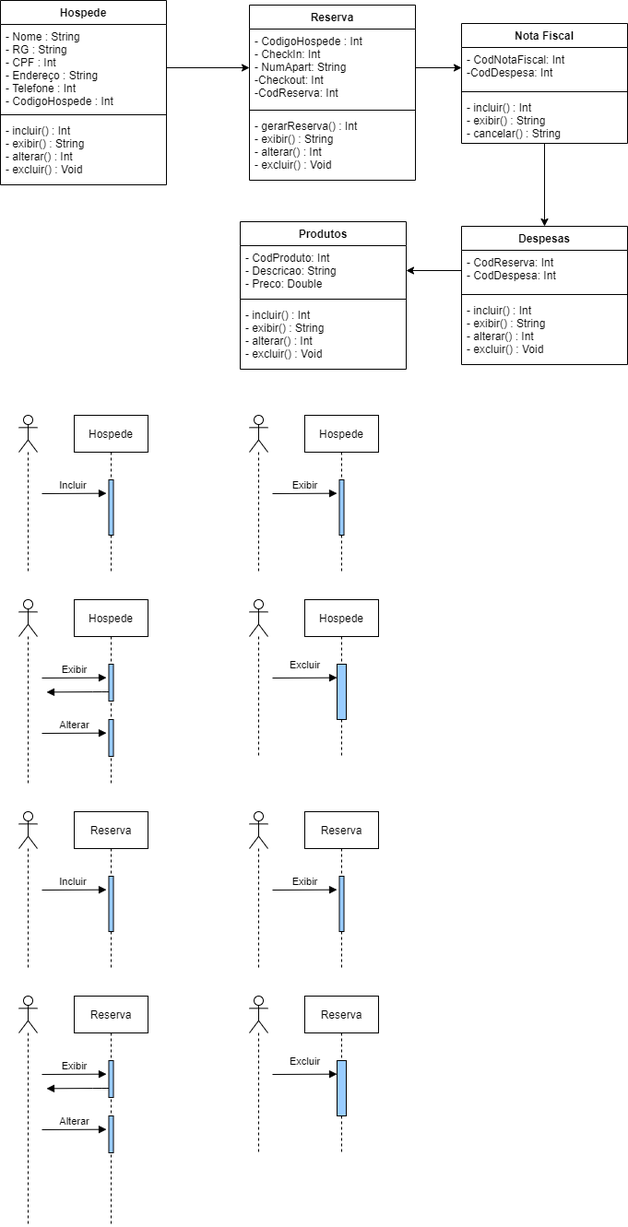
The draw.io diagram Sequencia e Colab.png in leitoraincomum/engsofII, before a commit. Source tidied: cells renumbered, new cells last; positions are measured from the earlier drawing's top-left corner, leaving out a move shared by most shapes.
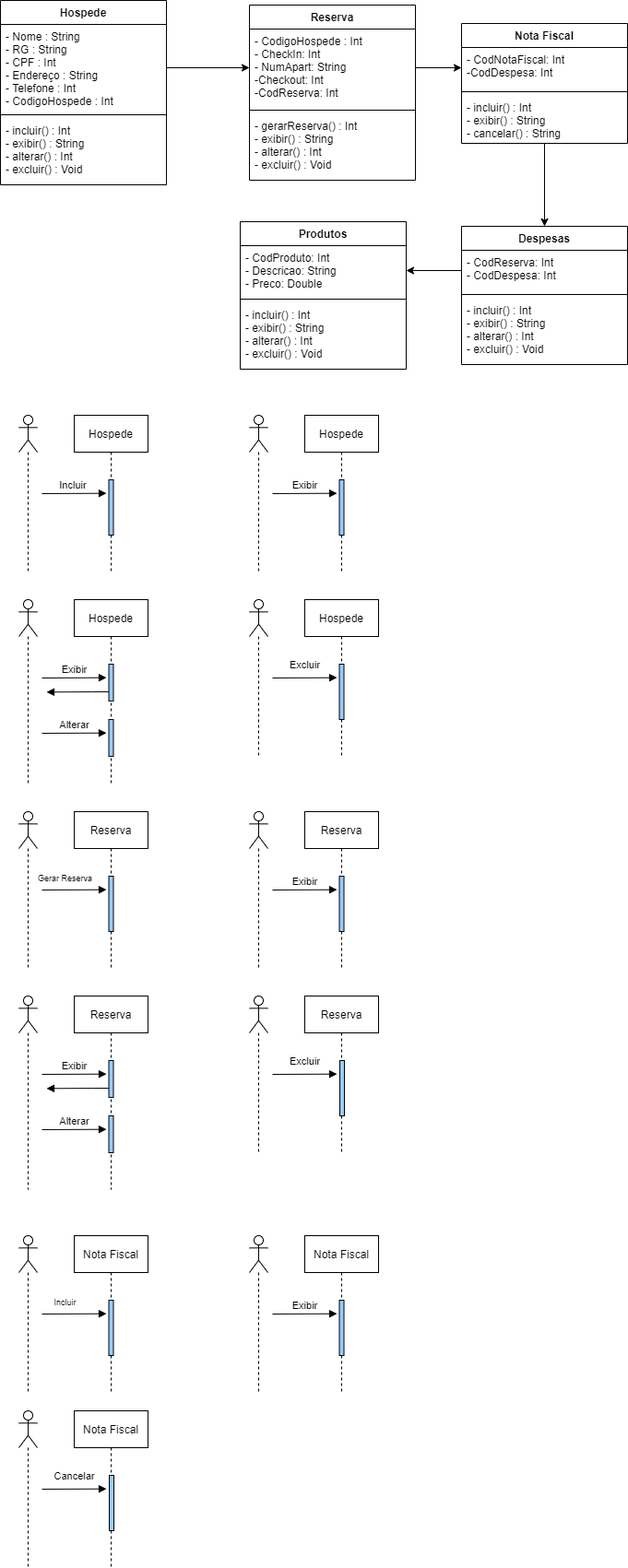
After the change.

Change to the diagram source:
```diff
@@ -132,7 +132,7 @@
       <mxGeometry x="330" y="650" width="80" height="170" as="geometry" />
     </mxCell>
     <mxCell id="41" style="html=1;perimeter=orthogonalPerimeter;align=center;fillColor=#99CCFF;" parent="40" vertex="1">
-      <mxGeometry x="35" y="70" width="10" height="60" as="geometry" />
+      <mxGeometry x="37.5" y="70" width="5" height="60" as="geometry" />
     </mxCell>
     <mxCell id="42" style="shape=umlLifeline;participant=umlActor;perimeter=lifelinePerimeter;whiteSpace=wrap;html=1;verticalAlign=top;spacingTop=36;align=center;" parent="1" vertex="1">
       <mxGeometry x="270" y="650" width="20" height="170" as="geometry" />
@@ -168,14 +168,14 @@
     <mxCell id="48" style="shape=umlLifeline;participant=umlActor;perimeter=lifelinePerimeter;whiteSpace=wrap;html=1;verticalAlign=top;spacingTop=36;align=center;" parent="1" vertex="1">
       <mxGeometry x="20" y="880" width="20" height="170" as="geometry" />
     </mxCell>
-    <mxCell id="49" value="Incluir&amp;nbsp;" style="html=1;verticalAlign=bottom;endArrow=block;" parent="1" edge="1">
-      <mxGeometry relative="1" as="geometry">
+    <mxCell id="49" value="Gerar Reserva" style="html=1;verticalAlign=bottom;endArrow=block;fontSize=9;align=center;" parent="1" edge="1">
+      <mxGeometry x="-0.28" y="5" relative="1" as="geometry">
         <mxPoint x="45" y="965" as="sourcePoint" />
         <mxPoint x="115" y="964.7" as="targetPoint" />
       </mxGeometry>
     </mxCell>
     <mxCell id="50" value="Reserva" style="shape=umlLifeline;perimeter=lifelinePerimeter;whiteSpace=wrap;html=1;align=center;" parent="1" vertex="1">
-      <mxGeometry x="80" y="1080" width="80" height="250" as="geometry" />
+      <mxGeometry x="80" y="1080" width="80" height="210" as="geometry" />
     </mxCell>
     <mxCell id="51" style="html=1;perimeter=orthogonalPerimeter;align=center;fillColor=#99CCFF;" parent="50" vertex="1">
       <mxGeometry x="37.5" y="70" width="5" height="40" as="geometry" />
@@ -190,7 +190,7 @@
       </mxGeometry>
     </mxCell>
     <mxCell id="54" style="shape=umlLifeline;participant=umlActor;perimeter=lifelinePerimeter;whiteSpace=wrap;html=1;verticalAlign=top;spacingTop=36;align=center;" parent="1" vertex="1">
-      <mxGeometry x="20" y="1080" width="20" height="250" as="geometry" />
+      <mxGeometry x="20" y="1080" width="20" height="210" as="geometry" />
     </mxCell>
     <mxCell id="55" value="Reserva" style="shape=umlLifeline;perimeter=lifelinePerimeter;whiteSpace=wrap;html=1;align=center;" parent="1" vertex="1">
       <mxGeometry x="330" y="880" width="80" height="170" as="geometry" />
@@ -211,7 +211,7 @@
       <mxGeometry x="330" y="1080" width="80" height="170" as="geometry" />
     </mxCell>
     <mxCell id="60" style="html=1;perimeter=orthogonalPerimeter;align=center;fillColor=#99CCFF;" parent="59" vertex="1">
-      <mxGeometry x="35" y="70" width="10" height="60" as="geometry" />
+      <mxGeometry x="38" y="70" width="5" height="60" as="geometry" />
     </mxCell>
     <mxCell id="61" style="shape=umlLifeline;participant=umlActor;perimeter=lifelinePerimeter;whiteSpace=wrap;html=1;verticalAlign=top;spacingTop=36;align=center;" parent="1" vertex="1">
       <mxGeometry x="270" y="1080" width="20" height="170" as="geometry" />
@@ -232,5 +232,50 @@
         </Array>
       </mxGeometry>
     </mxCell>
+    <mxCell id="64" value="Nota Fiscal" style="shape=umlLifeline;perimeter=lifelinePerimeter;whiteSpace=wrap;html=1;align=center;" parent="1" vertex="1">
+      <mxGeometry x="80" y="1340" width="80" height="170" as="geometry" />
+    </mxCell>
+    <mxCell id="65" style="html=1;perimeter=orthogonalPerimeter;align=center;fillColor=#99CCFF;" parent="64" vertex="1">
+      <mxGeometry x="37.5" y="70" width="5" height="60" as="geometry" />
+    </mxCell>
+    <mxCell id="66" style="shape=umlLifeline;participant=umlActor;perimeter=lifelinePerimeter;whiteSpace=wrap;html=1;verticalAlign=top;spacingTop=36;align=center;" parent="1" vertex="1">
+      <mxGeometry x="20" y="1340" width="20" height="170" as="geometry" />
+    </mxCell>
+    <mxCell id="67" value="Incluir" style="html=1;verticalAlign=bottom;endArrow=block;fontSize=9;align=center;" parent="1" edge="1">
+      <mxGeometry x="-0.28" y="5" relative="1" as="geometry">
+        <mxPoint x="45" y="1425" as="sourcePoint" />
+        <mxPoint x="115" y="1424.7" as="targetPoint" />
+      </mxGeometry>
+    </mxCell>
+    <mxCell id="68" value="Nota Fiscal" style="shape=umlLifeline;perimeter=lifelinePerimeter;whiteSpace=wrap;html=1;align=center;" parent="1" vertex="1">
+      <mxGeometry x="330" y="1340" width="80" height="170" as="geometry" />
+    </mxCell>
+    <mxCell id="69" style="html=1;perimeter=orthogonalPerimeter;align=center;fillColor=#99CCFF;" parent="68" vertex="1">
+      <mxGeometry x="37.5" y="70" width="5" height="60" as="geometry" />
+    </mxCell>
+    <mxCell id="70" style="shape=umlLifeline;participant=umlActor;perimeter=lifelinePerimeter;whiteSpace=wrap;html=1;verticalAlign=top;spacingTop=36;align=center;" parent="1" vertex="1">
+      <mxGeometry x="270" y="1340" width="20" height="170" as="geometry" />
+    </mxCell>
+    <mxCell id="71" value="Exibir" style="html=1;verticalAlign=bottom;endArrow=block;" parent="1" edge="1">
+      <mxGeometry relative="1" as="geometry">
+        <mxPoint x="295" y="1425" as="sourcePoint" />
+        <mxPoint x="365" y="1424.7" as="targetPoint" />
+      </mxGeometry>
+    </mxCell>
+    <mxCell id="72" value="Nota Fiscal" style="shape=umlLifeline;perimeter=lifelinePerimeter;whiteSpace=wrap;html=1;align=center;" parent="1" vertex="1">
+      <mxGeometry x="80" y="1530" width="80" height="170" as="geometry" />
+    </mxCell>
+    <mxCell id="73" style="html=1;perimeter=orthogonalPerimeter;align=center;fillColor=#99CCFF;" parent="72" vertex="1">
+      <mxGeometry x="38" y="70" width="5" height="60" as="geometry" />
+    </mxCell>
+    <mxCell id="74" style="shape=umlLifeline;participant=umlActor;perimeter=lifelinePerimeter;whiteSpace=wrap;html=1;verticalAlign=top;spacingTop=36;align=center;" parent="1" vertex="1">
+      <mxGeometry x="20" y="1530" width="20" height="170" as="geometry" />
+    </mxCell>
+    <mxCell id="75" value="Cancelar" style="html=1;verticalAlign=bottom;endArrow=block;" parent="1" edge="1">
+      <mxGeometry y="5" relative="1" as="geometry">
+        <mxPoint x="45" y="1615" as="sourcePoint" />
+        <mxPoint x="115" y="1614.7" as="targetPoint" />
+      </mxGeometry>
+    </mxCell>
   </root>
 </mxGraphModel>
```
